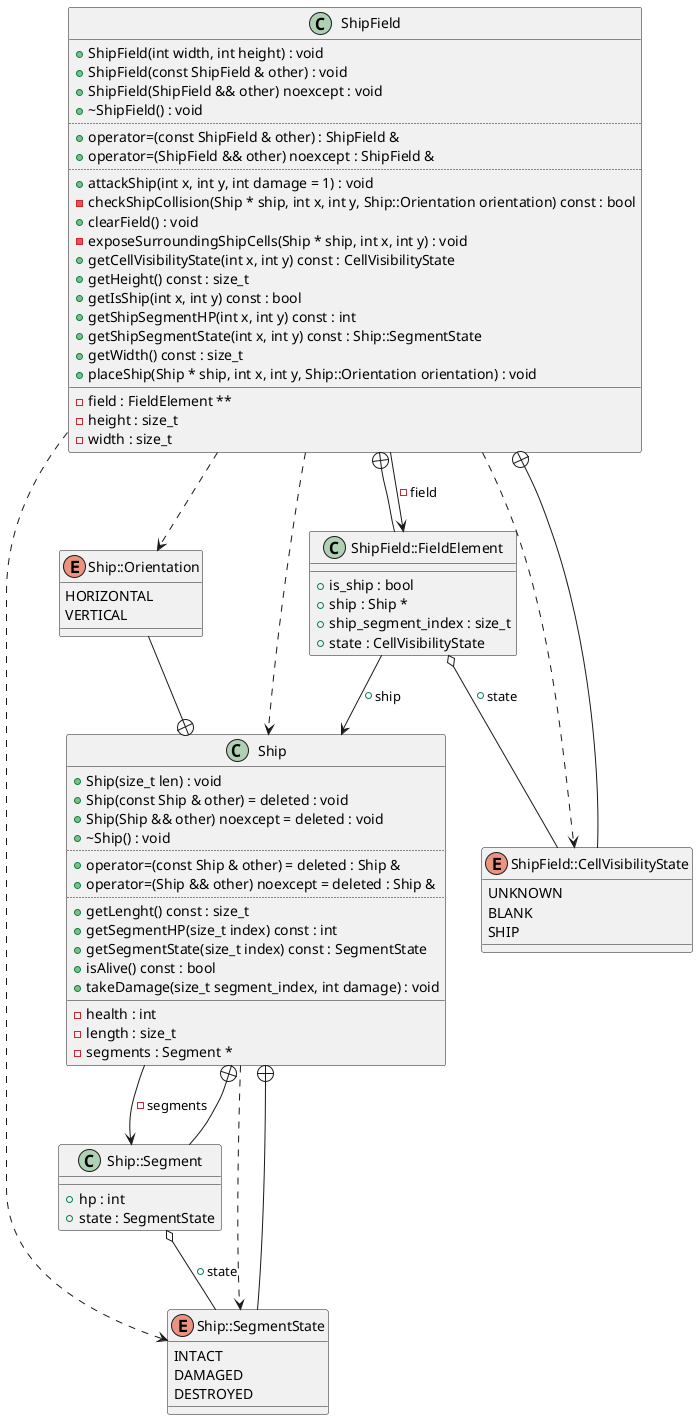
This is diagrams/ShipField.png from Rennelv/ships, a PlantUML export, as it was before one commit.
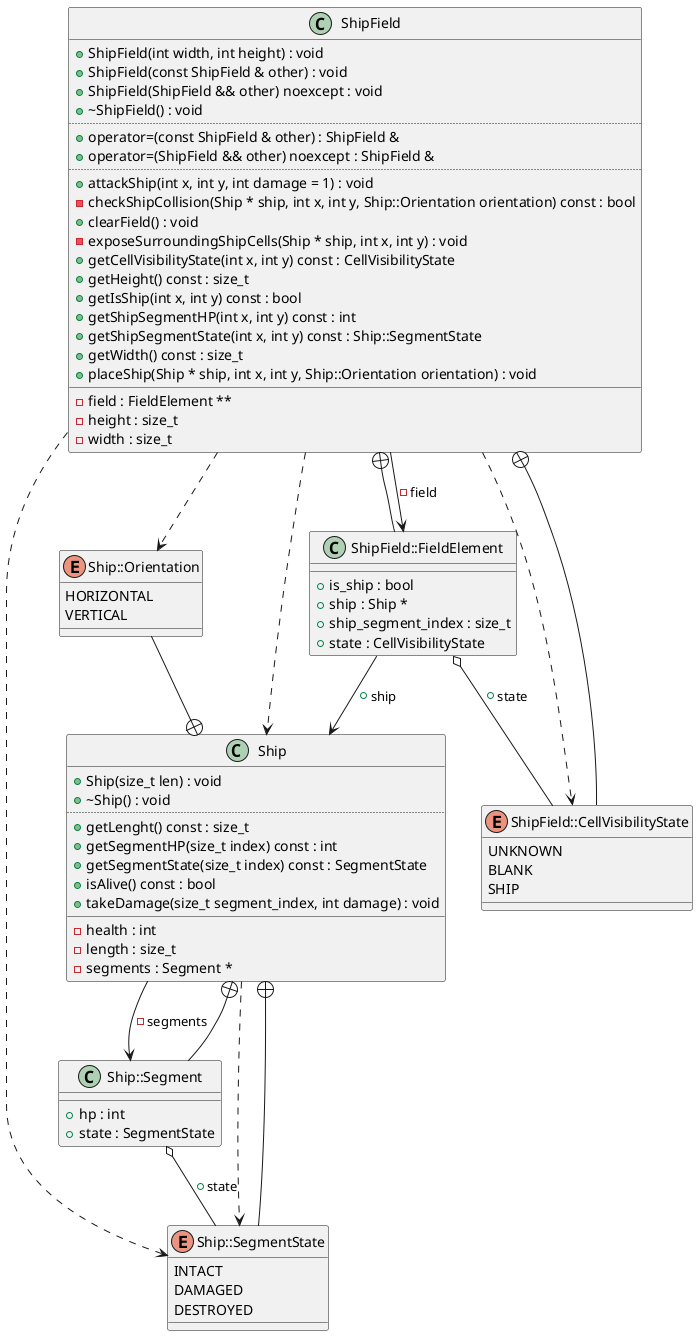
The same diagram one commit later.

The edit, as a diff of the source:
```diff
@@ -2,12 +2,7 @@
 class "Ship" as C_0014529657433315016423
 class C_0014529657433315016423 {
 +Ship(size_t len) : void
-+Ship(const Ship & other) = deleted : void
-+Ship(Ship && other) noexcept = deleted : void
 +~Ship() : void
-..
-+operator=(const Ship & other) = deleted : Ship &
-+operator=(Ship && other) noexcept = deleted : Ship &
 ..
 +getLenght() const : size_t
 +getSegmentHP(size_t index) const : int
```
